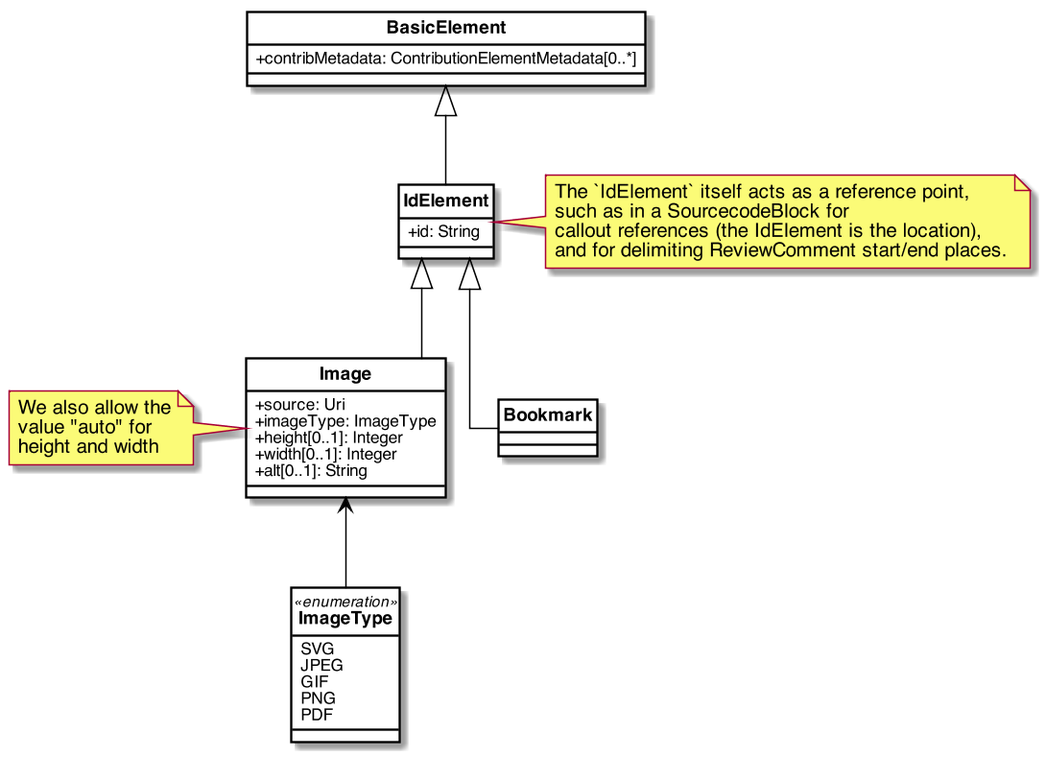
metanorma/basicdoc-models keeps this PlantUML diagram as images/IdElements.png. Above is the earlier version.
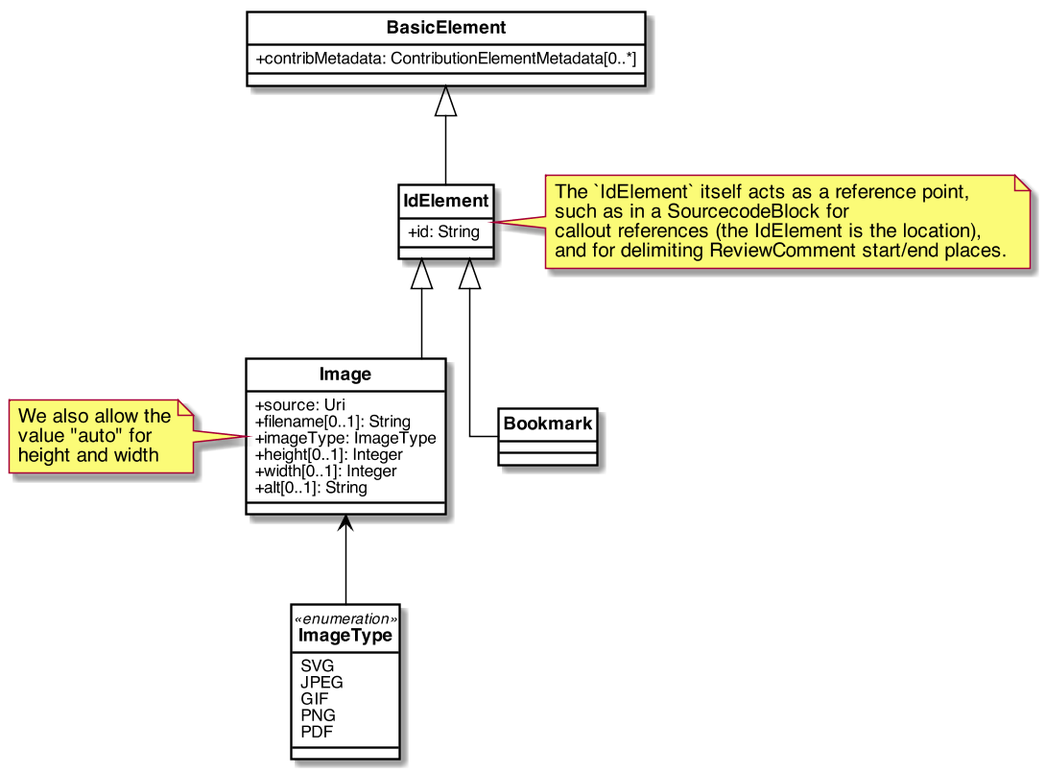
The same file after the commit.

Commit message:
sourcecode/filename, image/filename

The edit, as a diff of the source:
```diff
@@ -50,6 +50,7 @@
 
 class Image{
     +source: Uri
+    +filename[0..1]: String
     +imageType: ImageType
     +height[0..1]: Integer
     +width[0..1]: Integer
```
